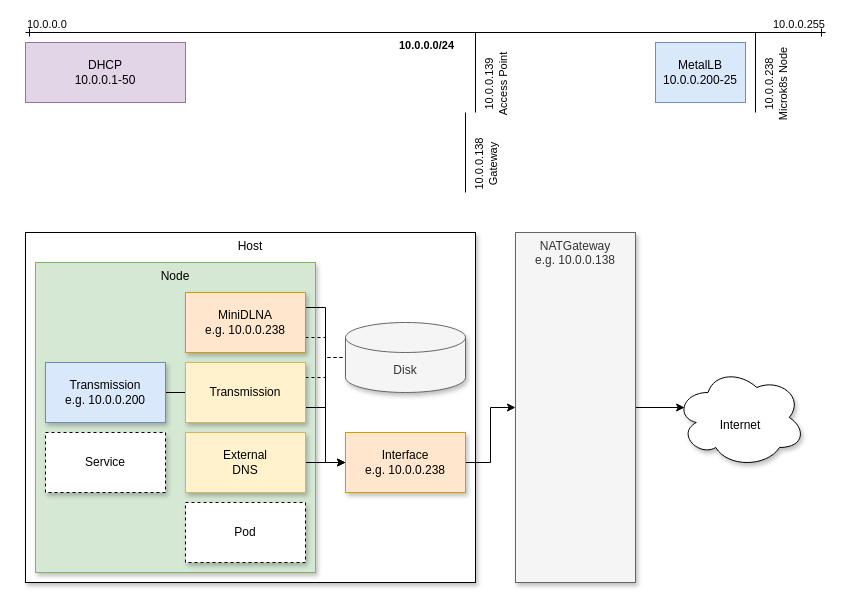
jamesmoriarty/k8s-gitops keeps this draw.io diagram as docs/arch.drawio. Above is the earlier version. Source tidied: cells renumbered, new cells numbered last; positions are measured from the earlier drawing's top-left corner, leaving out a move shared by most shapes. Both pictures are drawn from the tidied source at 100%, with x=0, y=0 at pixel (25, 32).
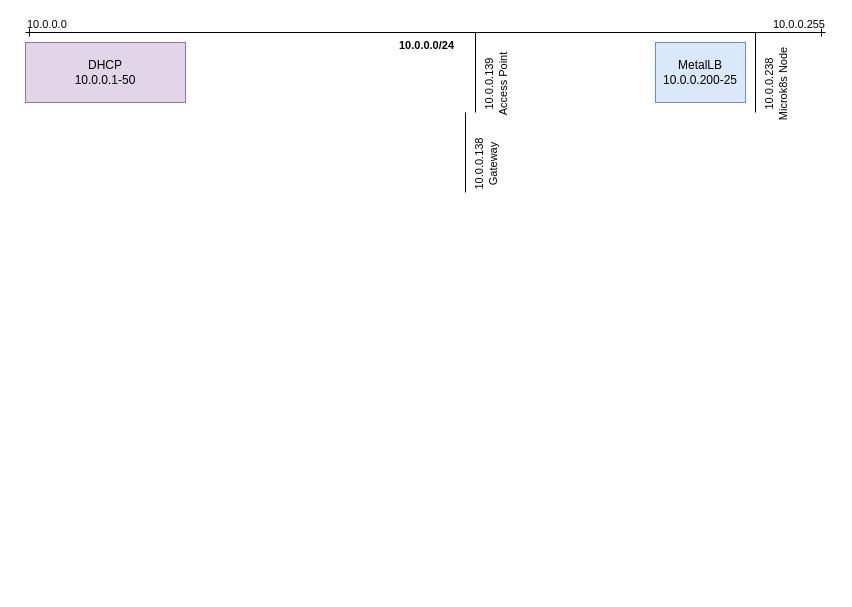
After the change.

Commit message (it also covers changes not shown here):
refinement: net diagram.

What changed in the source:
```diff
@@
-    <mxCell id="14" value="Host" style="rounded=0;whiteSpace=wrap;html=1;labelBackgroundColor=none;sketch=0;shadow=1;verticalAlign=top;" parent="1" vertex="1">
-      <mxGeometry y="200" width="450" height="350" as="geometry" />
-    </mxCell>
-    <mxCell id="15" value="Node" style="rounded=0;whiteSpace=wrap;html=1;shadow=1;labelBackgroundColor=none;sketch=0;verticalAlign=top;fillColor=#d5e8d4;strokeColor=#82b366;" parent="1" vertex="1">
-      <mxGeometry x="10" y="230" width="280" height="310" as="geometry" />
-    </mxCell>
-    <mxCell id="16" style="edgeStyle=orthogonalEdgeStyle;rounded=0;sketch=0;jettySize=auto;html=1;exitX=0;exitY=0.5;exitDx=0;exitDy=0;entryX=1;entryY=0.5;entryDx=0;entryDy=0;startArrow=none;startFill=0;endArrow=none;endFill=0;strokeWidth=1;" parent="1" edge="1" source="19" target="24">
-      <mxGeometry relative="1" as="geometry" />
-    </mxCell>
-    <mxCell id="17" style="edgeStyle=orthogonalEdgeStyle;rounded=0;sketch=0;jettySize=auto;html=1;exitX=1;exitY=0.25;exitDx=0;exitDy=0;startArrow=none;startFill=0;endArrow=none;endFill=0;strokeWidth=1;entryX=0;entryY=0.5;entryDx=0;entryDy=0;entryPerimeter=0;dashed=1;" parent="1" edge="1" source="19" target="26">
-      <mxGeometry relative="1" as="geometry" />
-    </mxCell>
-    <mxCell id="18" style="edgeStyle=orthogonalEdgeStyle;rounded=0;sketch=0;jettySize=auto;html=1;exitX=1;exitY=0.75;exitDx=0;exitDy=0;entryX=0;entryY=0.5;entryDx=0;entryDy=0;startArrow=none;startFill=0;endArrow=classic;endFill=1;strokeWidth=1;" parent="1" edge="1" source="19" target="32">
-      <mxGeometry relative="1" as="geometry" />
-    </mxCell>
-    <mxCell id="19" value="Transmission" style="rounded=0;whiteSpace=wrap;html=1;shadow=1;labelBackgroundColor=none;sketch=0;fillColor=#fff2cc;strokeColor=#d6b656;" parent="1" vertex="1">
-      <mxGeometry x="160" y="330" width="120" height="60" as="geometry" />
-    </mxCell>
-    <mxCell id="20" style="edgeStyle=orthogonalEdgeStyle;rounded=0;sketch=0;jettySize=auto;html=1;exitX=1;exitY=0.75;exitDx=0;exitDy=0;startArrow=none;startFill=0;endArrow=none;endFill=0;strokeWidth=1;entryX=0;entryY=0.5;entryDx=0;entryDy=0;entryPerimeter=0;dashed=1;" parent="1" edge="1" source="22" target="26">
-      <mxGeometry relative="1" as="geometry" />
-    </mxCell>
-    <mxCell id="21" style="edgeStyle=orthogonalEdgeStyle;rounded=0;sketch=0;jettySize=auto;html=1;exitX=1;exitY=0.25;exitDx=0;exitDy=0;entryX=0;entryY=0.5;entryDx=0;entryDy=0;startArrow=none;startFill=0;endArrow=classic;endFill=1;strokeWidth=1;" parent="1" edge="1" source="22" target="32">
-      <mxGeometry relative="1" as="geometry" />
-    </mxCell>
-    <mxCell id="22" value="MiniDLNA&lt;br&gt;e.g. 10.0.0.238" style="rounded=0;whiteSpace=wrap;html=1;shadow=1;labelBackgroundColor=none;sketch=0;fillColor=#ffe6cc;strokeColor=#d79b00;" parent="1" vertex="1">
-      <mxGeometry x="160" y="260" width="120" height="60" as="geometry" />
-    </mxCell>
-    <mxCell id="23" value="Pod" style="rounded=0;whiteSpace=wrap;html=1;shadow=1;labelBackgroundColor=none;sketch=0;dashed=1;" parent="1" vertex="1">
-      <mxGeometry x="160" y="470" width="120" height="60" as="geometry" />
-    </mxCell>
-    <mxCell id="24" value="Transmission&lt;br&gt;e.g. 10.0.0.200" style="rounded=0;whiteSpace=wrap;html=1;shadow=1;labelBackgroundColor=none;sketch=0;fillColor=#dae8fc;strokeColor=#6c8ebf;" parent="1" vertex="1">
-      <mxGeometry x="20" y="330" width="120" height="60" as="geometry" />
-    </mxCell>
-    <mxCell id="25" value="Service" style="rounded=0;whiteSpace=wrap;html=1;shadow=1;labelBackgroundColor=none;sketch=0;dashed=1;" parent="1" vertex="1">
-      <mxGeometry x="20" y="400" width="120" height="60" as="geometry" />
-    </mxCell>
-    <mxCell id="26" value="Disk" style="shape=cylinder3;whiteSpace=wrap;html=1;boundedLbl=1;backgroundOutline=1;size=15;shadow=1;labelBackgroundColor=none;sketch=0;fillColor=#f5f5f5;strokeColor=#666666;fontColor=#333333;" parent="1" vertex="1">
-      <mxGeometry x="320" y="290" width="120" height="70" as="geometry" />
-    </mxCell>
-    <mxCell id="27" style="edgeStyle=orthogonalEdgeStyle;rounded=0;sketch=0;jettySize=auto;html=1;exitX=1;exitY=0.5;exitDx=0;exitDy=0;entryX=0;entryY=0.5;entryDx=0;entryDy=0;startArrow=none;startFill=0;endArrow=none;endFill=0;strokeWidth=1;" parent="1" edge="1" source="28" target="32">
-      <mxGeometry relative="1" as="geometry" />
-    </mxCell>
-    <mxCell id="28" value="External&lt;br&gt;DNS" style="rounded=0;whiteSpace=wrap;html=1;shadow=1;labelBackgroundColor=none;sketch=0;fillColor=#fff2cc;strokeColor=#d6b656;" parent="1" vertex="1">
-      <mxGeometry x="160" y="400" width="120" height="60" as="geometry" />
-    </mxCell>
-    <mxCell id="29" style="edgeStyle=orthogonalEdgeStyle;rounded=0;sketch=0;jettySize=auto;html=1;exitX=1;exitY=0.5;exitDx=0;exitDy=0;entryX=0.07;entryY=0.4;entryDx=0;entryDy=0;entryPerimeter=0;startArrow=none;startFill=0;endArrow=classic;endFill=1;strokeWidth=1;" parent="1" edge="1" source="30" target="33">
-      <mxGeometry relative="1" as="geometry" />
-    </mxCell>
-    <mxCell id="30" value="NATGateway&lt;br&gt;e.g. 10.0.0.138" style="rounded=0;whiteSpace=wrap;html=1;shadow=1;labelBackgroundColor=none;sketch=0;fillColor=#f5f5f5;strokeColor=#666666;fontColor=#333333;verticalAlign=top;" parent="1" vertex="1">
-      <mxGeometry x="490" y="200" width="120" height="350" as="geometry" />
-    </mxCell>
-    <mxCell id="31" style="edgeStyle=orthogonalEdgeStyle;rounded=0;sketch=0;jettySize=auto;html=1;exitX=1;exitY=0.5;exitDx=0;exitDy=0;startArrow=none;startFill=0;endArrow=classic;endFill=1;strokeWidth=1;" parent="1" edge="1" source="32" target="30">
-      <mxGeometry relative="1" as="geometry" />
-    </mxCell>
-    <mxCell id="32" value="Interface&lt;br&gt;e.g. 10.0.0.238" style="rounded=0;whiteSpace=wrap;html=1;shadow=1;labelBackgroundColor=none;sketch=0;fillColor=#ffe6cc;strokeColor=#d79b00;" parent="1" vertex="1">
-      <mxGeometry x="320" y="400" width="120" height="60" as="geometry" />
-    </mxCell>
-    <mxCell id="33" value="&lt;br&gt;Internet" style="ellipse;shape=cloud;whiteSpace=wrap;html=1;shadow=1;labelBackgroundColor=none;sketch=0;gradientColor=none;verticalAlign=middle;" parent="1" vertex="1">
-      <mxGeometry x="650" y="335" width="130" height="100" as="geometry" />
-    </mxCell>
```
